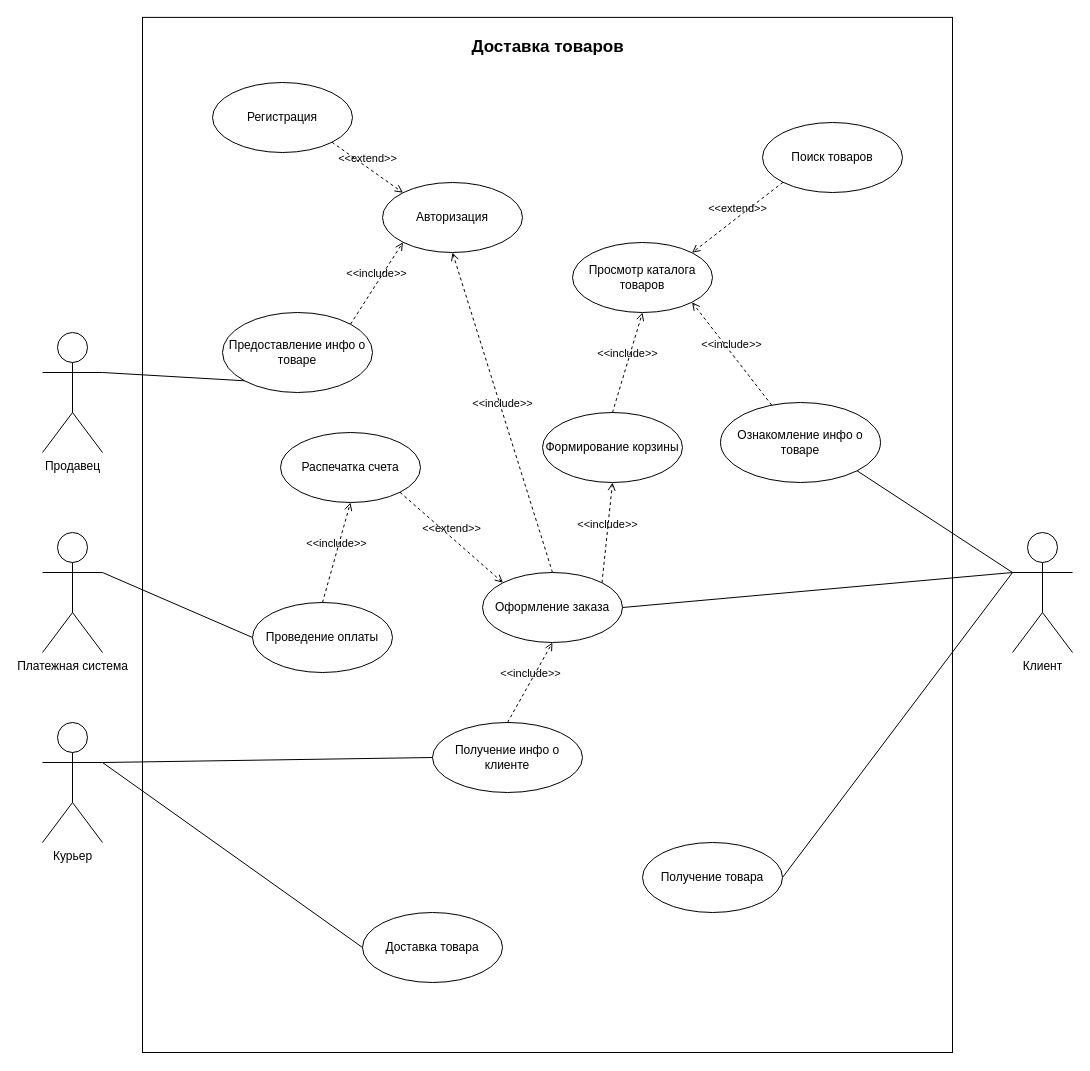
Earlier version of the draw.io diagram drawio/use case.drawio (stifell/order-delivery). Source tidied: cells renumbered, new cells numbered last; positions are measured from the earlier drawing's top-left corner, leaving out a move shared by most shapes. Both pictures are drawn from the tidied source at 100%, with x=0, y=0 at pixel (42, 17).
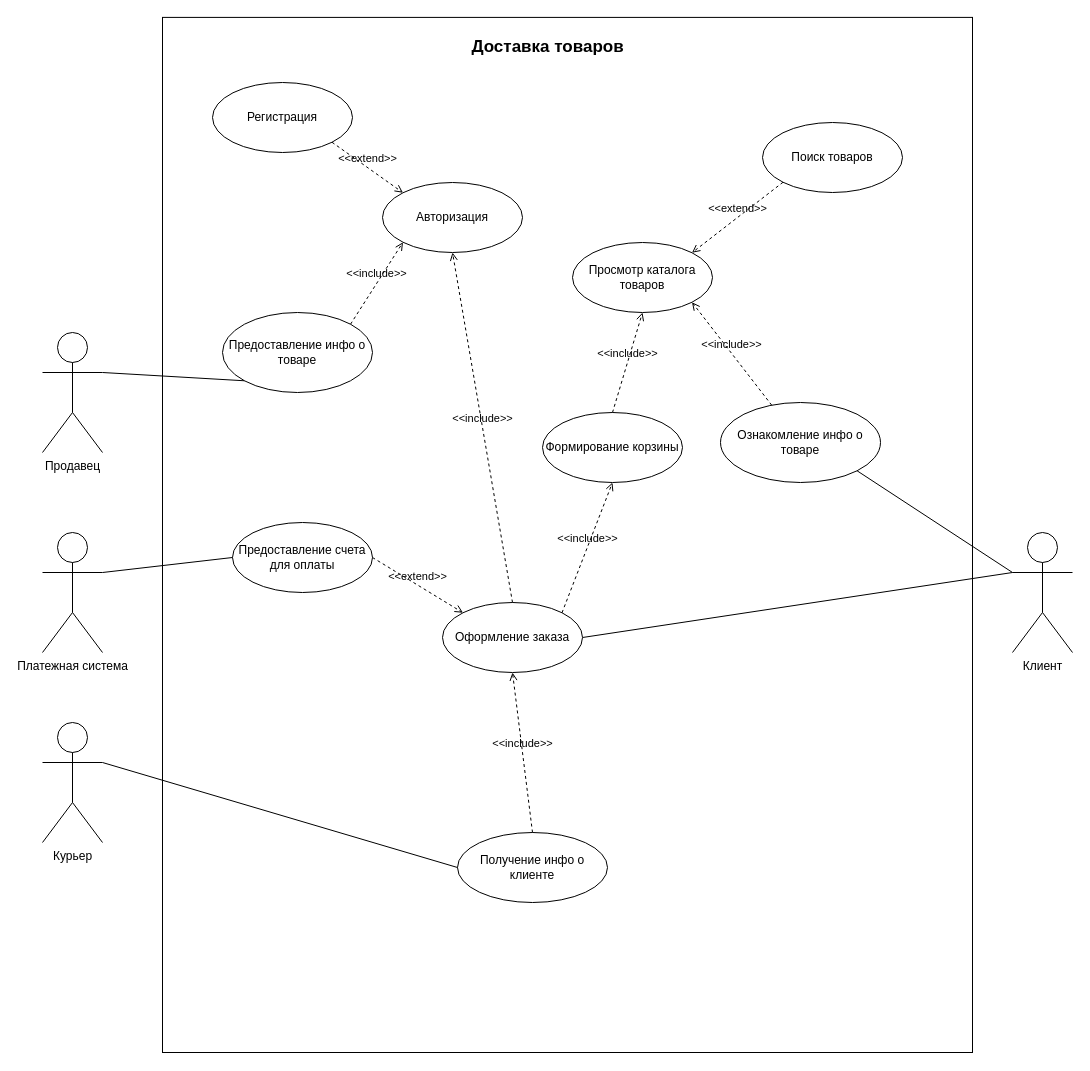
The same page after the edit.

Unchanged cells that the change refers to:
```xml
<mxCell id="3" value="Клиент" style="shape=umlActor;verticalLabelPosition=bottom;verticalAlign=top;html=1;outlineConnect=0;" parent="1" vertex="1">
  <mxGeometry x="970" y="515" width="60" height="120" as="geometry" />
</mxCell>
<mxCell id="15" value="Курьер" style="shape=umlActor;verticalLabelPosition=bottom;verticalAlign=top;html=1;outlineConnect=0;" parent="1" vertex="1">
  <mxGeometry y="705" width="60" height="120" as="geometry" />
</mxCell>
```

The edit, as a diff of the source:
```diff
@@
     <mxCell id="2" style="rounded=0;whiteSpace=wrap;html=1;" parent="1" vertex="1">
-      <mxGeometry x="100" y="-0.1" width="810" height="1035.1" as="geometry" />
+      <mxGeometry x="120" y="-0.1" width="810" height="1035.1" as="geometry" />
     </mxCell>
@@
-    <mxCell id="5" value="Получение товара" style="ellipse;whiteSpace=wrap;html=1;" parent="1" vertex="1">
-      <mxGeometry x="600" y="825" width="140" height="70" as="geometry" />
-    </mxCell>
@@
     <mxCell id="7" value="Оформление заказа" style="ellipse;whiteSpace=wrap;html=1;" parent="1" vertex="1">
-      <mxGeometry x="440" y="555" width="140" height="70" as="geometry" />
+      <mxGeometry x="400" y="585" width="140" height="70" as="geometry" />
     </mxCell>
@@
-    <mxCell id="11" value="Доставка товара" style="ellipse;whiteSpace=wrap;html=1;" parent="1" vertex="1">
-      <mxGeometry x="320" y="895" width="140" height="70" as="geometry" />
-    </mxCell>
-    <mxCell id="12" value="Проведение оплаты" style="ellipse;whiteSpace=wrap;html=1;" parent="1" vertex="1">
-      <mxGeometry x="210" y="585" width="140" height="70" as="geometry" />
+    <mxCell id="12" value="Предоставление счета для оплаты" style="ellipse;whiteSpace=wrap;html=1;" parent="1" vertex="1">
+      <mxGeometry x="190" y="505" width="140" height="70" as="geometry" />
     </mxCell>
     <mxCell id="13" value="Получение инфо о клиенте" style="ellipse;whiteSpace=wrap;html=1;" parent="1" vertex="1">
-      <mxGeometry x="390" y="705" width="150" height="70" as="geometry" />
+      <mxGeometry x="415" y="815" width="150" height="70" as="geometry" />
     </mxCell>
-    <mxCell id="14" style="rounded=0;jettySize=auto;html=1;exitX=1;exitY=0.3333333333333333;exitDx=0;exitDy=0;exitPerimeter=0;entryX=0;entryY=0.5;entryDx=0;entryDy=0;endArrow=none;endFill=0;" parent="1" edge="1" source="15" target="11">
-      <mxGeometry relative="1" as="geometry" />
-    </mxCell>
@@
-    <mxCell id="16" style="rounded=0;jettySize=auto;html=1;exitX=1;exitY=0.5;exitDx=0;exitDy=0;entryX=0;entryY=0.3333333333333333;entryDx=0;entryDy=0;entryPerimeter=0;endArrow=none;endFill=0;" parent="1" edge="1" source="5" target="3">
-      <mxGeometry relative="1" as="geometry" />
-    </mxCell>
@@
-    <mxCell id="34" value="Распечатка счета" style="ellipse;whiteSpace=wrap;html=1;" parent="1" vertex="1">
-      <mxGeometry x="238" y="415" width="140" height="70" as="geometry" />
-    </mxCell>
-    <mxCell id="35" value="&amp;lt;&amp;lt;extend&amp;gt;&amp;gt;" style="html=1;verticalAlign=bottom;labelBackgroundColor=none;endArrow=open;endFill=0;dashed=1;rounded=0;exitX=1;exitY=1;exitDx=0;exitDy=0;entryX=0;entryY=0;entryDx=0;entryDy=0;" parent="1" edge="1" source="34" target="7">
+    <mxCell id="35" value="&amp;lt;&amp;lt;extend&amp;gt;&amp;gt;" style="html=1;verticalAlign=bottom;labelBackgroundColor=none;endArrow=open;endFill=0;dashed=1;rounded=0;exitX=1;exitY=0.5;exitDx=0;exitDy=0;entryX=0;entryY=0;entryDx=0;entryDy=0;" parent="1" edge="1" source="12" target="7">
       <mxGeometry relative="1" as="geometry" />
     </mxCell>
@@
-    <mxCell id="37" value="&amp;lt;&amp;lt;include&amp;gt;&amp;gt;" style="html=1;verticalAlign=bottom;labelBackgroundColor=none;endArrow=open;endFill=0;dashed=1;rounded=0;entryX=0.5;entryY=1;entryDx=0;entryDy=0;exitX=0.5;exitY=0;exitDx=0;exitDy=0;" parent="1" edge="1" source="12" target="34">
-      <mxGeometry relative="1" as="geometry" />
-    </mxCell>
```
